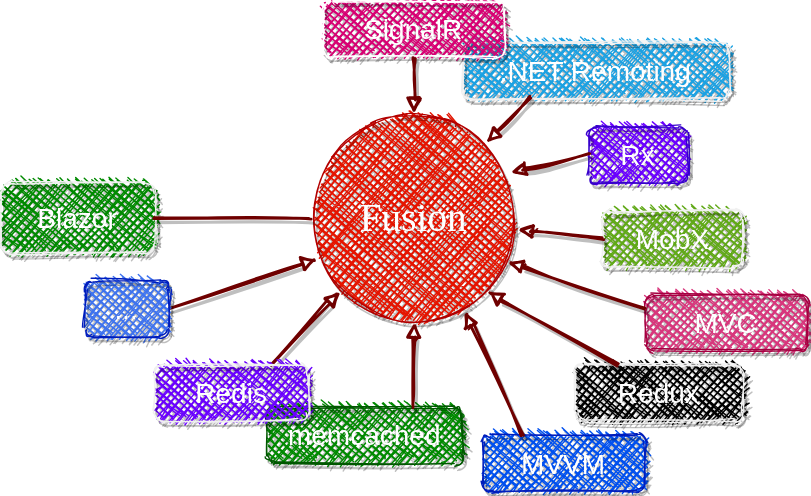
Above: Slides/Fusion_v2/diagrams/keywords-final.dio.svg in alexyakunin/Stl.Fusion.Materials (draw.io), before the change. Source tidied: cells renumbered, new cells last; positions are measured from the earlier drawing's top-left corner, leaving out a move shared by most shapes.
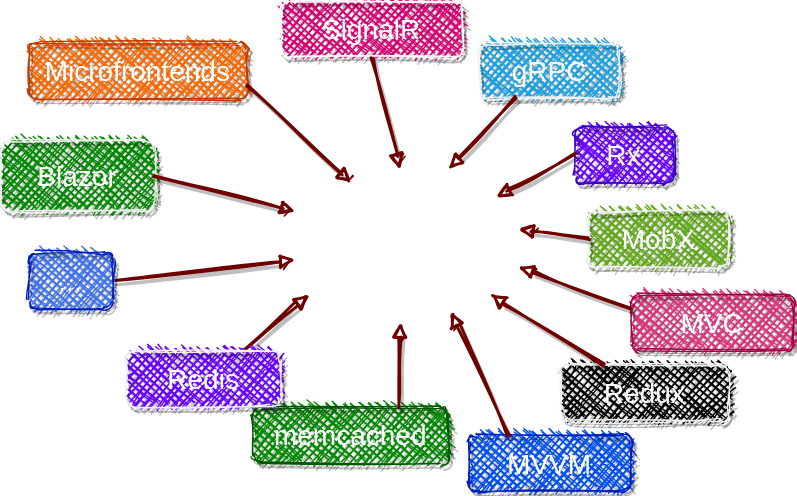
Above is the later version.

Change to the diagram source:
```diff
@@ -2,74 +2,101 @@
   <root>
     <mxCell id="0" />
     <mxCell id="1" parent="0" />
-    <mxCell id="2" value="Fusion" style="ellipse;whiteSpace=wrap;fontSize=28;shadow=1;fillStyle=cross-hatch;fillColor=#e51400;verticalAlign=middle;spacing=2;spacingTop=0;fontFamily=Comic Sans MS;labelBackgroundColor=none;labelBorderColor=none;sketch=1;strokeColor=#B20000;fontColor=#ffffff;" parent="1" vertex="1">
-      <mxGeometry x="220" y="80" width="150" height="150" as="geometry" />
-    </mxCell>
     <mxCell id="3" value="&lt;font style=&quot;font-size: 20px&quot;&gt;Redux&lt;/font&gt;" style="text;html=1;align=center;verticalAlign=middle;whiteSpace=wrap;rounded=1;labelBackgroundColor=none;fontColor=#FFFFFF;labelBorderColor=none;fillColor=#000000;sketch=1;fillStyle=cross-hatch;shadow=1;strokeColor=#f0f0f0;" parent="1" vertex="1">
       <mxGeometry x="410" y="260" width="120" height="40" as="geometry" />
     </mxCell>
     <mxCell id="4" value="&lt;span style=&quot;font-size: 20px&quot;&gt;Blazor&lt;/span&gt;" style="text;html=1;align=center;verticalAlign=middle;whiteSpace=wrap;rounded=1;labelBackgroundColor=none;fontColor=#ffffff;labelBorderColor=none;fillColor=#008a00;sketch=1;fillStyle=cross-hatch;shadow=1;strokeColor=#f0f0f0;" parent="1" vertex="1">
-      <mxGeometry y="130" width="110" height="50" as="geometry" />
+      <mxGeometry x="10" y="100" width="110" height="50" as="geometry" />
     </mxCell>
     <mxCell id="5" value="&lt;span style=&quot;font-size: 20px&quot;&gt;MobX&lt;/span&gt;" style="text;html=1;align=center;verticalAlign=middle;whiteSpace=wrap;rounded=1;labelBackgroundColor=none;fontColor=#ffffff;labelBorderColor=none;fillColor=#60a917;sketch=1;fillStyle=cross-hatch;shadow=1;strokeColor=#f0f0f0;" parent="1" vertex="1">
       <mxGeometry x="430" y="150" width="100" height="40" as="geometry" />
     </mxCell>
-    <mxCell id="6" style="endArrow=block;html=1;fontColor=#FFFFFF;exitX=0.25;exitY=0;exitDx=0;exitDy=0;entryX=1;entryY=1;entryDx=0;entryDy=0;fillColor=#a20025;strokeColor=#6F0000;strokeWidth=2;sketch=1;shadow=1;startArrow=none;startFill=0;endFill=1;" parent="1" edge="1" source="3" target="2">
-      <mxGeometry relative="1" as="geometry" />
+    <mxCell id="6" style="endArrow=block;html=1;fontColor=#FFFFFF;exitX=0.25;exitY=0;exitDx=0;exitDy=0;fillColor=#a20025;strokeColor=#6F0000;strokeWidth=2;sketch=1;shadow=1;startArrow=none;startFill=0;endFill=1;" parent="1" edge="1" source="3">
+      <mxGeometry relative="1" as="geometry">
+        <mxPoint x="360" y="210" as="targetPoint" />
+      </mxGeometry>
     </mxCell>
-    <mxCell id="7" style="endArrow=none;html=1;fontColor=#FFFFFF;exitX=1;exitY=0.5;exitDx=0;exitDy=0;entryX=0;entryY=0.5;entryDx=0;entryDy=0;fillColor=#a20025;strokeColor=#6F0000;strokeWidth=2;sketch=1;shadow=1;endFill=0;" parent="1" edge="1" source="4" target="2">
-      <mxGeometry relative="1" as="geometry" />
+    <mxCell id="7" style="endArrow=block;html=1;fontColor=#FFFFFF;exitX=1;exitY=0.5;exitDx=0;exitDy=0;fillColor=#a20025;strokeColor=#6F0000;strokeWidth=2;sketch=1;shadow=1;endFill=1;" parent="1" edge="1" source="4">
+      <mxGeometry relative="1" as="geometry">
+        <mxPoint x="220" y="150" as="targetPoint" />
+      </mxGeometry>
     </mxCell>
-    <mxCell id="8" style="endArrow=block;html=1;fontColor=#FFFFFF;exitX=0.75;exitY=0;exitDx=0;exitDy=0;entryX=0;entryY=1;entryDx=0;entryDy=0;fillColor=#a20025;strokeColor=#6F0000;strokeWidth=2;sketch=1;shadow=1;endFill=1;" parent="1" edge="1" source="22" target="2">
-      <mxGeometry relative="1" as="geometry" />
+    <mxCell id="8" style="endArrow=block;html=1;fontColor=#FFFFFF;exitX=0.75;exitY=0;exitDx=0;exitDy=0;fillColor=#a20025;strokeColor=#6F0000;strokeWidth=2;sketch=1;shadow=1;endFill=1;" parent="1" edge="1" source="22">
+      <mxGeometry relative="1" as="geometry">
+        <mxPoint x="230" y="210" as="targetPoint" />
+      </mxGeometry>
     </mxCell>
-    <mxCell id="9" style="endArrow=none;html=1;fontColor=#FFFFFF;entryX=0;entryY=0.5;entryDx=0;entryDy=0;fillColor=#a20025;strokeColor=#6F0000;strokeWidth=2;sketch=1;shadow=1;startArrow=block;startFill=1;" parent="1" edge="1" source="2" target="5">
-      <mxGeometry relative="1" as="geometry" />
+    <mxCell id="9" style="endArrow=none;html=1;fontColor=#FFFFFF;entryX=0;entryY=0.5;entryDx=0;entryDy=0;fillColor=#a20025;strokeColor=#6F0000;strokeWidth=2;sketch=1;shadow=1;startArrow=block;startFill=1;" parent="1" edge="1" target="5">
+      <mxGeometry relative="1" as="geometry">
+        <mxPoint x="380" y="163" as="sourcePoint" />
+      </mxGeometry>
     </mxCell>
-    <mxCell id="10" value="&lt;span style=&quot;font-size: 20px&quot;&gt;.NET Remoting&lt;/span&gt;" style="text;html=1;align=center;verticalAlign=middle;whiteSpace=wrap;rounded=1;labelBackgroundColor=none;fontColor=#ffffff;labelBorderColor=none;fillColor=#1ba1e2;sketch=1;fillStyle=cross-hatch;shadow=1;strokeColor=#f0f0f0;" parent="1" vertex="1">
-      <mxGeometry x="330" y="30" width="190" height="40" as="geometry" />
+    <mxCell id="10" value="&lt;span style=&quot;font-size: 20px&quot;&gt;gRPC&lt;/span&gt;" style="text;html=1;align=center;verticalAlign=middle;whiteSpace=wrap;rounded=1;labelBackgroundColor=none;fontColor=#ffffff;labelBorderColor=none;fillColor=#1ba1e2;sketch=1;fillStyle=cross-hatch;shadow=1;strokeColor=#f0f0f0;" parent="1" vertex="1">
+      <mxGeometry x="352" y="30" width="100" height="40" as="geometry" />
     </mxCell>
-    <mxCell id="11" style="endArrow=none;html=1;fontColor=#000000;entryX=0.25;entryY=1;entryDx=0;entryDy=0;fillColor=#a20025;strokeColor=#6F0000;strokeWidth=2;sketch=1;shadow=1;startArrow=block;startFill=1;" parent="1" edge="1" source="2" target="10">
-      <mxGeometry relative="1" as="geometry" />
+    <mxCell id="11" style="endArrow=none;html=1;fontColor=#000000;entryX=0.25;entryY=1;entryDx=0;entryDy=0;fillColor=#a20025;strokeColor=#6F0000;strokeWidth=2;sketch=1;shadow=1;startArrow=block;startFill=1;" parent="1" edge="1" target="10">
+      <mxGeometry relative="1" as="geometry">
+        <mxPoint x="330" y="120" as="sourcePoint" />
+      </mxGeometry>
     </mxCell>
     <mxCell id="12" value="&lt;span style=&quot;font-size: 20px&quot;&gt;SignalR&lt;/span&gt;" style="text;html=1;align=center;verticalAlign=middle;whiteSpace=wrap;rounded=1;labelBackgroundColor=none;fontColor=#ffffff;labelBorderColor=none;fillColor=#d80073;sketch=1;fillStyle=cross-hatch;shadow=1;strokeColor=#FFFFFF;" parent="1" vertex="1">
-      <mxGeometry x="230" width="130" height="40" as="geometry" />
+      <mxGeometry x="210" width="130" height="40" as="geometry" />
     </mxCell>
-    <mxCell id="13" style="endArrow=none;html=1;fontColor=#000000;entryX=0.5;entryY=1;entryDx=0;entryDy=0;fillColor=#a20025;strokeColor=#6F0000;strokeWidth=2;sketch=1;shadow=1;startArrow=block;startFill=1;" parent="1" edge="1" source="2" target="12">
-      <mxGeometry relative="1" as="geometry" />
+    <mxCell id="13" style="endArrow=none;html=1;fontColor=#000000;entryX=0.5;entryY=1;entryDx=0;entryDy=0;fillColor=#a20025;strokeColor=#6F0000;strokeWidth=2;sketch=1;shadow=1;startArrow=block;startFill=1;" parent="1" edge="1" target="12">
+      <mxGeometry relative="1" as="geometry">
+        <mxPoint x="295" y="120" as="sourcePoint" />
+      </mxGeometry>
     </mxCell>
     <mxCell id="14" value="&lt;font style=&quot;font-size: 20px&quot;&gt;MVC&lt;/font&gt;" style="text;html=1;align=center;verticalAlign=middle;whiteSpace=wrap;rounded=1;labelBackgroundColor=none;fontColor=#ffffff;labelBorderColor=none;sketch=1;fillStyle=cross-hatch;shadow=1;strokeColor=#A50040;fillColor=#D8367C;" parent="1" vertex="1">
       <mxGeometry x="460" y="210" width="116" height="40" as="geometry" />
     </mxCell>
-    <mxCell id="15" style="endArrow=block;html=1;fontColor=#FFFFFF;entryX=0.95;entryY=0.71;entryDx=0;entryDy=0;fillColor=#a20025;strokeColor=#6F0000;strokeWidth=2;sketch=1;shadow=1;startArrow=none;startFill=0;endFill=1;entryPerimeter=0;exitX=0;exitY=0.25;exitDx=0;exitDy=0;" parent="1" edge="1" source="14" target="2">
-      <mxGeometry relative="1" as="geometry" />
+    <mxCell id="15" style="endArrow=block;html=1;fontColor=#FFFFFF;fillColor=#a20025;strokeColor=#6F0000;strokeWidth=2;sketch=1;shadow=1;startArrow=none;startFill=0;endFill=1;exitX=0;exitY=0.25;exitDx=0;exitDy=0;" parent="1" edge="1" source="14">
+      <mxGeometry relative="1" as="geometry">
+        <mxPoint x="380" y="190" as="targetPoint" />
+      </mxGeometry>
     </mxCell>
     <mxCell id="16" value="&lt;span style=&quot;font-size: 20px&quot;&gt;Rx&lt;/span&gt;" style="text;html=1;align=center;verticalAlign=middle;whiteSpace=wrap;rounded=1;labelBackgroundColor=none;fontColor=#ffffff;labelBorderColor=none;fillColor=#6a00ff;sketch=1;fillStyle=cross-hatch;shadow=1;strokeColor=#3700CC;" parent="1" vertex="1">
       <mxGeometry x="420" y="90" width="70" height="40" as="geometry" />
     </mxCell>
-    <mxCell id="17" style="endArrow=none;html=1;fontColor=#000000;entryX=0;entryY=0.5;entryDx=0;entryDy=0;fillColor=#a20025;strokeColor=#6F0000;strokeWidth=2;sketch=1;shadow=1;startArrow=block;startFill=1;exitX=0.963;exitY=0.283;exitDx=0;exitDy=0;exitPerimeter=0;" parent="1" edge="1" source="2" target="16">
-      <mxGeometry relative="1" as="geometry" />
+    <mxCell id="17" style="endArrow=none;html=1;fontColor=#000000;entryX=0;entryY=0.5;entryDx=0;entryDy=0;fillColor=#a20025;strokeColor=#6F0000;strokeWidth=2;sketch=1;shadow=1;startArrow=block;startFill=1;" parent="1" edge="1" target="16">
+      <mxGeometry relative="1" as="geometry">
+        <mxPoint x="364" y="140" as="sourcePoint" />
+      </mxGeometry>
     </mxCell>
     <mxCell id="18" value="&lt;font style=&quot;font-size: 20px&quot;&gt;memcached&lt;/font&gt;" style="text;html=1;align=center;verticalAlign=middle;whiteSpace=wrap;rounded=1;labelBackgroundColor=none;fontColor=#ffffff;labelBorderColor=none;fillColor=#008a00;sketch=1;fillStyle=cross-hatch;shadow=1;strokeColor=#005700;" parent="1" vertex="1">
       <mxGeometry x="190" y="290" width="140" height="40" as="geometry" />
     </mxCell>
-    <mxCell id="19" style="endArrow=block;html=1;fontColor=#FFFFFF;exitX=0.75;exitY=0;exitDx=0;exitDy=0;entryX=0.5;entryY=1;entryDx=0;entryDy=0;fillColor=#a20025;strokeColor=#6F0000;strokeWidth=2;sketch=1;shadow=1;endFill=1;" parent="1" edge="1" source="18" target="2">
-      <mxGeometry relative="1" as="geometry" />
+    <mxCell id="19" style="endArrow=block;html=1;fontColor=#FFFFFF;exitX=0.75;exitY=0;exitDx=0;exitDy=0;entryX=0.5;entryY=1;entryDx=0;entryDy=0;fillColor=#a20025;strokeColor=#6F0000;strokeWidth=2;sketch=1;shadow=1;endFill=1;" parent="1" edge="1" source="18">
+      <mxGeometry relative="1" as="geometry">
+        <mxPoint x="295" y="230" as="targetPoint" />
+      </mxGeometry>
     </mxCell>
     <mxCell id="20" value="&lt;font style=&quot;font-size: 20px&quot;&gt;MVVM&lt;/font&gt;" style="text;html=1;align=center;verticalAlign=middle;whiteSpace=wrap;rounded=1;labelBackgroundColor=none;fontColor=#ffffff;labelBorderColor=none;fillColor=#0050ef;sketch=1;fillStyle=cross-hatch;shadow=1;strokeColor=#001DBC;" parent="1" vertex="1">
       <mxGeometry x="344" y="310" width="116" height="40" as="geometry" />
     </mxCell>
-    <mxCell id="21" style="endArrow=block;html=1;fontColor=#FFFFFF;exitX=0.25;exitY=0;exitDx=0;exitDy=0;fillColor=#a20025;strokeColor=#6F0000;strokeWidth=2;sketch=1;shadow=1;startArrow=none;startFill=0;endFill=1;entryX=0.743;entryY=0.95;entryDx=0;entryDy=0;entryPerimeter=0;" parent="1" edge="1" source="20" target="2">
-      <mxGeometry relative="1" as="geometry" />
+    <mxCell id="21" style="endArrow=block;html=1;fontColor=#FFFFFF;exitX=0.25;exitY=0;exitDx=0;exitDy=0;fillColor=#a20025;strokeColor=#6F0000;strokeWidth=2;sketch=1;shadow=1;startArrow=none;startFill=0;endFill=1;entryX=0.743;entryY=0.95;entryDx=0;entryDy=0;entryPerimeter=0;" parent="1" edge="1" source="20">
+      <mxGeometry relative="1" as="geometry">
+        <mxPoint x="331.5" y="222.5" as="targetPoint" />
+      </mxGeometry>
     </mxCell>
     <mxCell id="22" value="&lt;font style=&quot;font-size: 20px&quot;&gt;Redis&lt;/font&gt;" style="text;html=1;align=center;verticalAlign=middle;whiteSpace=wrap;rounded=1;labelBackgroundColor=none;fontColor=#ffffff;labelBorderColor=none;fillColor=#6a00ff;sketch=1;fillStyle=cross-hatch;shadow=1;strokeColor=#f0f0f0;" parent="1" vertex="1">
-      <mxGeometry x="110" y="260" width="110" height="40" as="geometry" />
+      <mxGeometry x="100" y="250" width="110" height="40" as="geometry" />
     </mxCell>
-    <mxCell id="23" style="endArrow=block;html=1;fontColor=#FFFFFF;entryX=0.037;entryY=0.697;entryDx=0;entryDy=0;fillColor=#a20025;strokeColor=#6F0000;strokeWidth=2;sketch=1;shadow=1;endFill=1;entryPerimeter=0;exitX=1;exitY=0.5;exitDx=0;exitDy=0;" parent="1" edge="1" source="24" target="2">
-      <mxGeometry relative="1" as="geometry" />
+    <mxCell id="23" style="endArrow=block;html=1;fontColor=#FFFFFF;fillColor=#a20025;strokeColor=#6F0000;strokeWidth=2;sketch=1;shadow=1;endFill=1;exitX=1;exitY=0.5;exitDx=0;exitDy=0;" parent="1" edge="1" source="24">
+      <mxGeometry relative="1" as="geometry">
+        <mxPoint x="220" y="185" as="targetPoint" />
+      </mxGeometry>
     </mxCell>
     <mxCell id="24" value="&lt;font style=&quot;font-size: 20px&quot;&gt;...&lt;/font&gt;" style="text;html=1;align=center;verticalAlign=middle;whiteSpace=wrap;rounded=1;labelBackgroundColor=none;fontColor=#ffffff;labelBorderColor=none;sketch=1;fillStyle=cross-hatch;shadow=1;strokeColor=#001DBC;fillColor=#3E73EF;" parent="1" vertex="1">
-      <mxGeometry x="60" y="200" width="60" height="40" as="geometry" />
+      <mxGeometry x="30" y="180" width="60" height="40" as="geometry" />
     </mxCell>
+    <mxCell id="25" value="&lt;span style=&quot;font-size: 20px&quot;&gt;Microfrontends&lt;/span&gt;" style="text;html=1;align=center;verticalAlign=middle;whiteSpace=wrap;rounded=1;labelBackgroundColor=none;fontColor=#ffffff;labelBorderColor=none;fillColor=#fa6800;sketch=1;fillStyle=cross-hatch;shadow=1;strokeColor=#C73500;" parent="1" vertex="1">
+      <mxGeometry x="30" y="30" width="156" height="40" as="geometry" />
+    </mxCell>
+    <mxCell id="26" style="endArrow=none;html=1;fontColor=#000000;entryX=1;entryY=0.75;entryDx=0;entryDy=0;fillColor=#a20025;strokeColor=#6F0000;strokeWidth=2;sketch=1;shadow=1;startArrow=block;startFill=1;" parent="1" edge="1" target="25">
+      <mxGeometry relative="1" as="geometry">
+        <mxPoint x="260" y="130" as="sourcePoint" />
+      </mxGeometry>
+    </mxCell>
   </root>
 </mxGraphModel>
```
